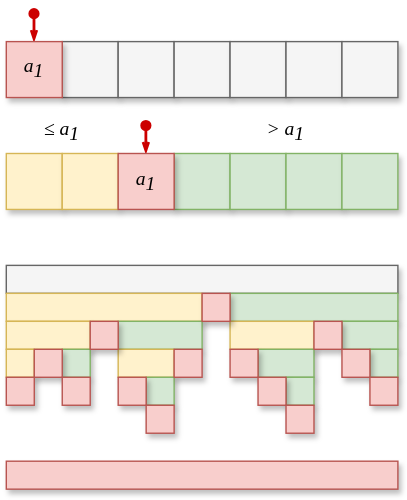
Earlier version of the draw.io export applied mathematics/algorithm/assets/quick_sort.svg (Algo2147483647/math_physics). Source tidied: cells renumbered, new cells last; positions are measured from the earlier drawing's top-left corner, leaving out a move shared by most shapes.
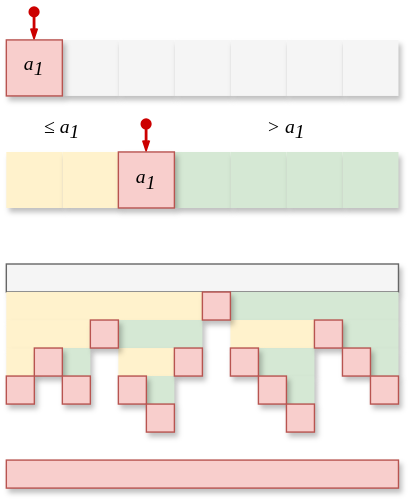
Above is the later version.

What changed in the source:
```diff
@@ -2,13 +2,13 @@
   <root>
     <mxCell id="0" />
     <mxCell id="1" parent="0" />
-    <mxCell id="2" style="rounded=0;whiteSpace=wrap;html=1;strokeWidth=1;fillColor=#f5f5f5;fontColor=#333333;strokeColor=#666666;shadow=1;" parent="1" vertex="1">
+    <mxCell id="2" style="rounded=0;whiteSpace=wrap;html=1;strokeWidth=1;fillColor=#f5f5f5;fontColor=#333333;strokeColor=none;shadow=1;" parent="1" vertex="1">
       <mxGeometry x="40" y="20" width="40" height="40" as="geometry" />
     </mxCell>
-    <mxCell id="3" style="rounded=0;whiteSpace=wrap;html=1;strokeWidth=1;fillColor=#f5f5f5;fontColor=#333333;strokeColor=#666666;shadow=1;" parent="1" vertex="1">
+    <mxCell id="3" style="rounded=0;whiteSpace=wrap;html=1;strokeWidth=1;fillColor=#f5f5f5;fontColor=#333333;strokeColor=none;shadow=1;" parent="1" vertex="1">
       <mxGeometry x="80" y="20" width="40" height="40" as="geometry" />
     </mxCell>
-    <mxCell id="4" style="rounded=0;whiteSpace=wrap;html=1;strokeWidth=1;fillColor=#f5f5f5;fontColor=#333333;strokeColor=#666666;shadow=1;" parent="1" vertex="1">
+    <mxCell id="4" style="rounded=0;whiteSpace=wrap;html=1;strokeWidth=1;fillColor=#f5f5f5;fontColor=#333333;strokeColor=none;shadow=1;" parent="1" vertex="1">
       <mxGeometry x="120" y="20" width="40" height="40" as="geometry" />
     </mxCell>
     <mxCell id="5" style="endArrow=openThin;html=1;rounded=0;entryX=0.5;entryY=0;entryDx=0;entryDy=0;startArrow=oval;startFill=1;strokeWidth=2;fillColor=#f8cecc;strokeColor=#CC0000;endFill=0;endSize=4;" parent="1" edge="1">
@@ -17,13 +17,13 @@
         <mxPoint x="19.8" y="20" as="targetPoint" />
       </mxGeometry>
     </mxCell>
-    <mxCell id="6" style="rounded=0;whiteSpace=wrap;html=1;strokeWidth=1;fillColor=#f5f5f5;fontColor=#333333;strokeColor=#666666;shadow=1;" parent="1" vertex="1">
+    <mxCell id="6" style="rounded=0;whiteSpace=wrap;html=1;strokeWidth=1;fillColor=#f5f5f5;fontColor=#333333;strokeColor=none;shadow=1;" parent="1" vertex="1">
       <mxGeometry x="160" y="20" width="40" height="40" as="geometry" />
     </mxCell>
-    <mxCell id="7" style="rounded=0;whiteSpace=wrap;html=1;strokeWidth=1;fillColor=#f5f5f5;fontColor=#333333;strokeColor=#666666;shadow=1;" parent="1" vertex="1">
+    <mxCell id="7" style="rounded=0;whiteSpace=wrap;html=1;strokeWidth=1;fillColor=#f5f5f5;fontColor=#333333;strokeColor=none;shadow=1;" parent="1" vertex="1">
       <mxGeometry x="200" y="20" width="40" height="40" as="geometry" />
     </mxCell>
-    <mxCell id="8" style="rounded=0;whiteSpace=wrap;html=1;strokeWidth=1;fillColor=#f5f5f5;fontColor=#333333;strokeColor=#666666;shadow=1;" parent="1" vertex="1">
+    <mxCell id="8" style="rounded=0;whiteSpace=wrap;html=1;strokeWidth=1;fillColor=#f5f5f5;fontColor=#333333;strokeColor=none;shadow=1;" parent="1" vertex="1">
       <mxGeometry x="240" y="20" width="40" height="40" as="geometry" />
     </mxCell>
     <mxCell id="9" style="endArrow=openThin;html=1;rounded=0;entryX=0.5;entryY=0;entryDx=0;entryDy=0;startArrow=oval;startFill=1;strokeWidth=2;fillColor=#f8cecc;strokeColor=#CC0000;endFill=0;endSize=4;" parent="1" edge="1">
@@ -32,22 +32,22 @@
         <mxPoint x="99.8" y="100" as="targetPoint" />
       </mxGeometry>
     </mxCell>
-    <mxCell id="10" style="rounded=0;whiteSpace=wrap;html=1;strokeWidth=1;fillColor=#fff2cc;strokeColor=#d6b656;shadow=1;" parent="1" vertex="1">
+    <mxCell id="10" style="rounded=0;whiteSpace=wrap;html=1;strokeWidth=1;fillColor=#fff2cc;strokeColor=none;shadow=1;" parent="1" vertex="1">
       <mxGeometry y="100" width="40" height="40" as="geometry" />
     </mxCell>
-    <mxCell id="11" style="rounded=0;whiteSpace=wrap;html=1;strokeWidth=1;fillColor=#fff2cc;strokeColor=#d6b656;shadow=1;" parent="1" vertex="1">
+    <mxCell id="11" style="rounded=0;whiteSpace=wrap;html=1;strokeWidth=1;fillColor=#fff2cc;strokeColor=none;shadow=1;" parent="1" vertex="1">
       <mxGeometry x="40" y="100" width="40" height="40" as="geometry" />
     </mxCell>
-    <mxCell id="12" style="rounded=0;whiteSpace=wrap;html=1;strokeWidth=1;fillColor=#d5e8d4;strokeColor=#82b366;shadow=1;" parent="1" vertex="1">
+    <mxCell id="12" style="rounded=0;whiteSpace=wrap;html=1;strokeWidth=1;fillColor=#d5e8d4;strokeColor=none;shadow=1;" parent="1" vertex="1">
       <mxGeometry x="120" y="100" width="40" height="40" as="geometry" />
     </mxCell>
-    <mxCell id="13" style="rounded=0;whiteSpace=wrap;html=1;strokeWidth=1;fillColor=#d5e8d4;strokeColor=#82b366;shadow=1;" parent="1" vertex="1">
+    <mxCell id="13" style="rounded=0;whiteSpace=wrap;html=1;strokeWidth=1;fillColor=#d5e8d4;strokeColor=none;shadow=1;" parent="1" vertex="1">
       <mxGeometry x="160" y="100" width="40" height="40" as="geometry" />
     </mxCell>
-    <mxCell id="14" style="rounded=0;whiteSpace=wrap;html=1;strokeWidth=1;fillColor=#d5e8d4;strokeColor=#82b366;shadow=1;" parent="1" vertex="1">
+    <mxCell id="14" style="rounded=0;whiteSpace=wrap;html=1;strokeWidth=1;fillColor=#d5e8d4;strokeColor=none;shadow=1;" parent="1" vertex="1">
       <mxGeometry x="200" y="100" width="40" height="40" as="geometry" />
     </mxCell>
-    <mxCell id="15" style="rounded=0;whiteSpace=wrap;html=1;strokeWidth=1;fillColor=#d5e8d4;strokeColor=#82b366;shadow=1;" parent="1" vertex="1">
+    <mxCell id="15" style="rounded=0;whiteSpace=wrap;html=1;strokeWidth=1;fillColor=#d5e8d4;strokeColor=none;shadow=1;" parent="1" vertex="1">
       <mxGeometry x="240" y="100" width="40" height="40" as="geometry" />
     </mxCell>
     <mxCell id="16" value="≤&amp;nbsp;&lt;span style=&quot;font-size: 14px;&quot;&gt;a&lt;/span&gt;&lt;sub style=&quot;font-size: 14px;&quot;&gt;1&lt;/sub&gt;" style="text;html=1;align=center;verticalAlign=middle;whiteSpace=wrap;rounded=0;fontFamily=Times New Roman;fontStyle=2;fontSize=14;" parent="1" vertex="1">
@@ -65,43 +65,43 @@
     <mxCell id="20" style="rounded=0;whiteSpace=wrap;html=1;strokeWidth=1;fillColor=#f5f5f5;fontColor=#333333;strokeColor=#666666;shadow=1;" parent="1" vertex="1">
       <mxGeometry y="180" width="280" height="20" as="geometry" />
     </mxCell>
-    <mxCell id="21" style="rounded=0;whiteSpace=wrap;html=1;strokeWidth=1;fillColor=#fff2cc;strokeColor=#d6b656;shadow=1;" parent="1" vertex="1">
+    <mxCell id="21" style="rounded=0;whiteSpace=wrap;html=1;strokeWidth=1;fillColor=#fff2cc;strokeColor=none;shadow=1;" parent="1" vertex="1">
       <mxGeometry y="200" width="140" height="20" as="geometry" />
     </mxCell>
-    <mxCell id="22" style="rounded=0;whiteSpace=wrap;html=1;strokeWidth=1;fillColor=#d5e8d4;strokeColor=#82b366;shadow=1;" parent="1" vertex="1">
+    <mxCell id="22" style="rounded=0;whiteSpace=wrap;html=1;strokeWidth=1;fillColor=#d5e8d4;strokeColor=none;shadow=1;" parent="1" vertex="1">
       <mxGeometry x="160" y="200" width="120" height="20" as="geometry" />
     </mxCell>
-    <mxCell id="23" style="rounded=0;whiteSpace=wrap;html=1;strokeWidth=1;fillColor=#fff2cc;strokeColor=#d6b656;shadow=1;" parent="1" vertex="1">
+    <mxCell id="23" style="rounded=0;whiteSpace=wrap;html=1;strokeWidth=1;fillColor=#fff2cc;strokeColor=none;shadow=1;" parent="1" vertex="1">
       <mxGeometry y="220" width="60" height="20" as="geometry" />
     </mxCell>
-    <mxCell id="24" style="rounded=0;whiteSpace=wrap;html=1;strokeWidth=1;fillColor=#d5e8d4;strokeColor=#82b366;shadow=1;" parent="1" vertex="1">
+    <mxCell id="24" style="rounded=0;whiteSpace=wrap;html=1;strokeWidth=1;fillColor=#d5e8d4;strokeColor=none;shadow=1;" parent="1" vertex="1">
       <mxGeometry x="80" y="220" width="60" height="20" as="geometry" />
     </mxCell>
-    <mxCell id="25" style="rounded=0;whiteSpace=wrap;html=1;strokeWidth=1;fillColor=#fff2cc;strokeColor=#d6b656;shadow=1;" parent="1" vertex="1">
+    <mxCell id="25" style="rounded=0;whiteSpace=wrap;html=1;strokeWidth=1;fillColor=#fff2cc;strokeColor=none;shadow=1;" parent="1" vertex="1">
       <mxGeometry x="160" y="220" width="60" height="20" as="geometry" />
     </mxCell>
-    <mxCell id="26" style="rounded=0;whiteSpace=wrap;html=1;strokeWidth=1;fillColor=#d5e8d4;strokeColor=#82b366;shadow=1;" parent="1" vertex="1">
+    <mxCell id="26" style="rounded=0;whiteSpace=wrap;html=1;strokeWidth=1;fillColor=#d5e8d4;strokeColor=none;shadow=1;" parent="1" vertex="1">
       <mxGeometry x="240" y="220" width="40" height="20" as="geometry" />
     </mxCell>
-    <mxCell id="27" style="rounded=0;whiteSpace=wrap;html=1;strokeWidth=1;fillColor=#fff2cc;strokeColor=#d6b656;shadow=1;" parent="1" vertex="1">
+    <mxCell id="27" style="rounded=0;whiteSpace=wrap;html=1;strokeWidth=1;fillColor=#fff2cc;strokeColor=none;shadow=1;" parent="1" vertex="1">
       <mxGeometry x="80" y="240" width="40" height="20" as="geometry" />
     </mxCell>
-    <mxCell id="28" style="rounded=0;whiteSpace=wrap;html=1;strokeWidth=1;fillColor=#fff2cc;strokeColor=#d6b656;shadow=1;" parent="1" vertex="1">
+    <mxCell id="28" style="rounded=0;whiteSpace=wrap;html=1;strokeWidth=1;fillColor=#fff2cc;strokeColor=none;shadow=1;" parent="1" vertex="1">
       <mxGeometry y="240" width="20" height="20" as="geometry" />
     </mxCell>
-    <mxCell id="29" style="rounded=0;whiteSpace=wrap;html=1;strokeWidth=1;fillColor=#d5e8d4;strokeColor=#82b366;shadow=1;" parent="1" vertex="1">
+    <mxCell id="29" style="rounded=0;whiteSpace=wrap;html=1;strokeWidth=1;fillColor=#d5e8d4;strokeColor=none;shadow=1;" parent="1" vertex="1">
       <mxGeometry x="40" y="240" width="20" height="20" as="geometry" />
     </mxCell>
-    <mxCell id="30" style="rounded=0;whiteSpace=wrap;html=1;strokeWidth=1;fillColor=#d5e8d4;strokeColor=#82b366;shadow=1;" parent="1" vertex="1">
+    <mxCell id="30" style="rounded=0;whiteSpace=wrap;html=1;strokeWidth=1;fillColor=#d5e8d4;strokeColor=none;shadow=1;" parent="1" vertex="1">
       <mxGeometry x="180" y="240" width="40" height="20" as="geometry" />
     </mxCell>
-    <mxCell id="31" style="rounded=0;whiteSpace=wrap;html=1;strokeWidth=1;fillColor=#d5e8d4;strokeColor=#82b366;shadow=1;" parent="1" vertex="1">
+    <mxCell id="31" style="rounded=0;whiteSpace=wrap;html=1;strokeWidth=1;fillColor=#d5e8d4;strokeColor=none;shadow=1;" parent="1" vertex="1">
       <mxGeometry x="260" y="240" width="20" height="20" as="geometry" />
     </mxCell>
-    <mxCell id="32" style="rounded=0;whiteSpace=wrap;html=1;strokeWidth=1;fillColor=#d5e8d4;strokeColor=#82b366;shadow=1;" parent="1" vertex="1">
+    <mxCell id="32" style="rounded=0;whiteSpace=wrap;html=1;strokeWidth=1;fillColor=#d5e8d4;strokeColor=none;shadow=1;" parent="1" vertex="1">
       <mxGeometry x="100" y="260" width="20" height="20" as="geometry" />
     </mxCell>
-    <mxCell id="33" style="rounded=0;whiteSpace=wrap;html=1;strokeWidth=1;fillColor=#d5e8d4;strokeColor=#82b366;shadow=1;" parent="1" vertex="1">
+    <mxCell id="33" style="rounded=0;whiteSpace=wrap;html=1;strokeWidth=1;fillColor=#d5e8d4;strokeColor=none;shadow=1;" parent="1" vertex="1">
       <mxGeometry x="200" y="260" width="20" height="20" as="geometry" />
     </mxCell>
     <mxCell id="34" style="rounded=0;whiteSpace=wrap;html=1;strokeWidth=1;fillColor=#f8cecc;strokeColor=#b85450;shadow=1;" parent="1" vertex="1">
```
